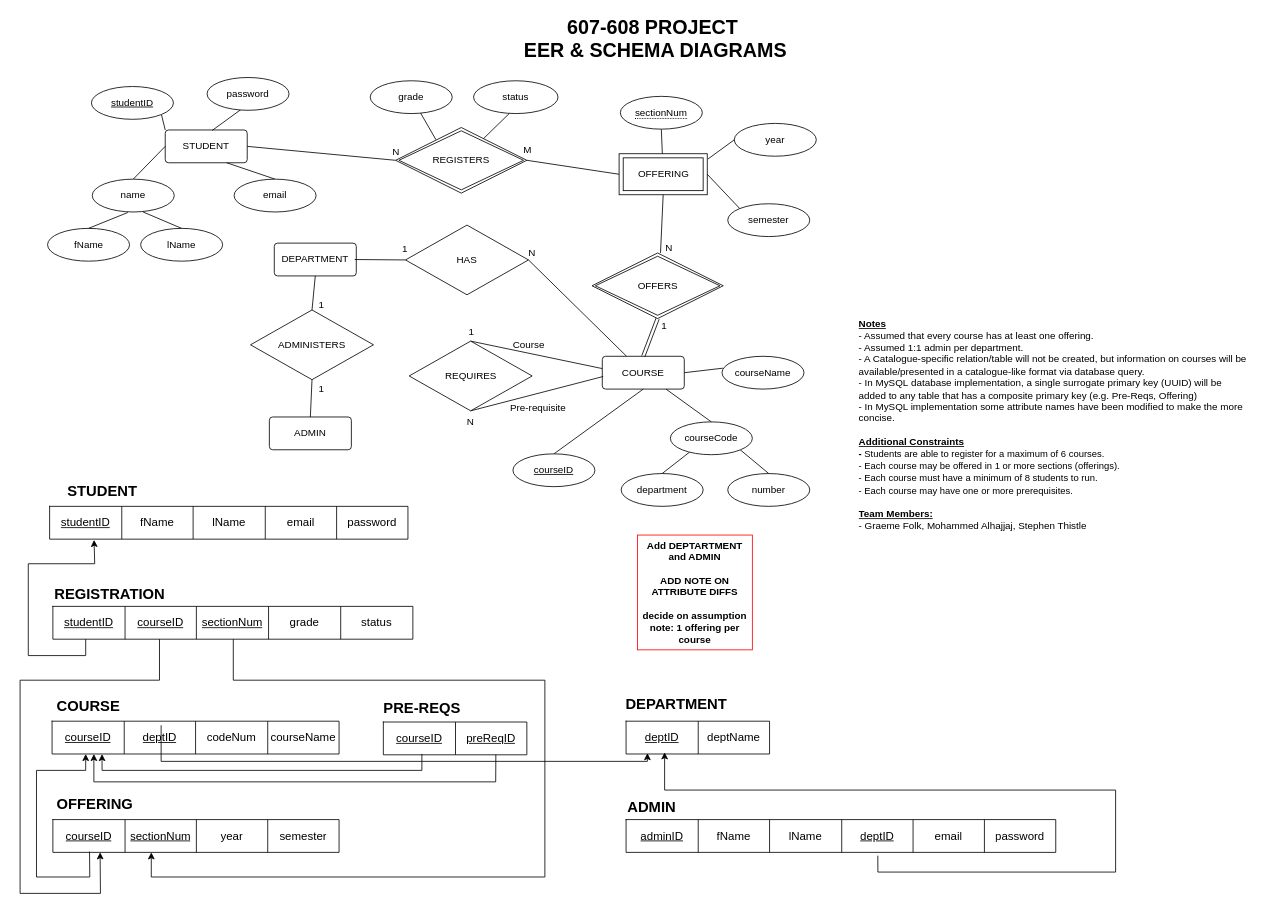
folkg/student-registration-app keeps this draw.io diagram as db_diagrams/eer_and_schema_relations.drawio. Above is the earlier version. Source tidied: cells renumbered, new cells numbered last; positions are measured from the earlier drawing's top-left corner, leaving out a move shared by most shapes. Both pictures are drawn from the tidied source at 82%, with x=0, y=0 at pixel (20, 14).
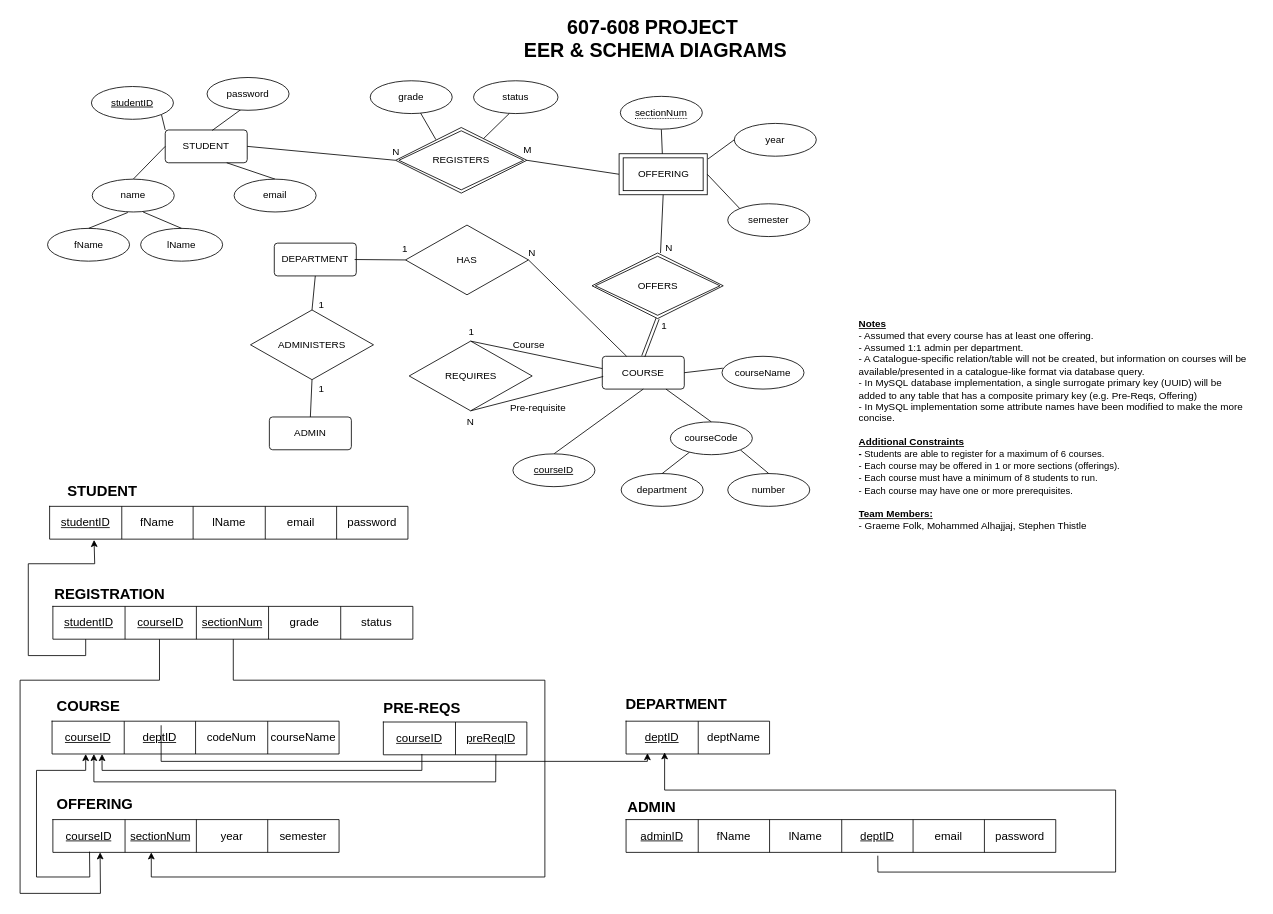
After the change.

Commit message:
added final reviewed diagrams

What changed in the source:
```diff
@@
-    <mxCell id="113" value="&lt;b&gt;Add DEPTARTMENT and ADMIN&lt;br&gt;&lt;br&gt;ADD NOTE ON ATTRIBUTE DIFFS&lt;br&gt;&lt;br&gt;decide on assumption note: 1&amp;nbsp;offering per course&lt;br&gt;&lt;/b&gt;" style="whiteSpace=wrap;html=1;strokeColor=#FF0000;" parent="1" vertex="1">
-      <mxGeometry x="753" y="635" width="140" height="140" as="geometry" />
-    </mxCell>
```
